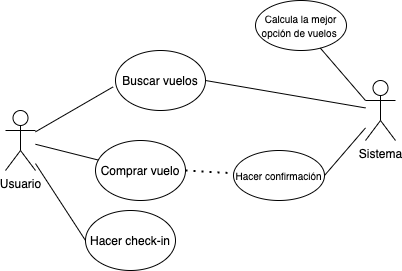
Earlier version of the draw.io export CoR.png (iCharlieAraiza/aeroibero-ddapii). Source tidied: cells renumbered, new cells last; positions are measured from the earlier drawing's top-left corner, leaving out a move shared by most shapes. The source it was exported from:
```xml
<mxGraphModel>
  <root>
    <mxCell id="0" />
    <mxCell id="1" parent="0" />
    <mxCell id="2" value="Sistema" style="shape=umlActor;verticalLabelPosition=bottom;verticalAlign=top;html=1;outlineConnect=0;" parent="1" vertex="1">
      <mxGeometry x="360" y="80" width="30" height="60" as="geometry" />
    </mxCell>
    <mxCell id="3" value="Buscar vuelos" style="ellipse;whiteSpace=wrap;html=1;" parent="1" vertex="1">
      <mxGeometry x="110" y="50" width="90" height="60" as="geometry" />
    </mxCell>
    <mxCell id="4" value="Comprar vuelo" style="ellipse;whiteSpace=wrap;html=1;" parent="1" vertex="1">
      <mxGeometry x="90" y="140" width="90" height="60" as="geometry" />
    </mxCell>
    <mxCell id="5" value="Hacer check-in" style="ellipse;whiteSpace=wrap;html=1;" parent="1" vertex="1">
      <mxGeometry x="80" y="210" width="90" height="60" as="geometry" />
    </mxCell>
    <mxCell id="6" value="Usuario" style="shape=umlActor;verticalLabelPosition=bottom;verticalAlign=top;html=1;outlineConnect=0;" parent="1" vertex="1">
      <mxGeometry y="110" width="30" height="60" as="geometry" />
    </mxCell>
    <mxCell id="7" value="&lt;font style=&quot;font-size: 10px&quot;&gt;Calcula la mejor opción de vuelos&amp;nbsp;&lt;/font&gt;" style="ellipse;whiteSpace=wrap;html=1;" parent="1" vertex="1">
      <mxGeometry x="250" width="91" height="50" as="geometry" />
    </mxCell>
    <mxCell id="8" style="endArrow=none;html=1;exitX=0;exitY=0.3333333333333333;exitDx=0;exitDy=0;exitPerimeter=0;" parent="1" edge="1" source="2" target="7">
      <mxGeometry relative="1" as="geometry" />
    </mxCell>
    <mxCell id="9" style="endArrow=none;html=1;entryX=-0.026;entryY=0.606;entryDx=0;entryDy=0;entryPerimeter=0;" parent="1" edge="1" source="6" target="3">
      <mxGeometry relative="1" as="geometry" />
    </mxCell>
    <mxCell id="10" style="endArrow=none;html=1;" parent="1" edge="1" source="6" target="4">
      <mxGeometry relative="1" as="geometry" />
    </mxCell>
    <mxCell id="11" style="endArrow=none;html=1;entryX=0;entryY=0.5;entryDx=0;entryDy=0;" parent="1" edge="1" source="6" target="5">
      <mxGeometry relative="1" as="geometry" />
    </mxCell>
    <mxCell id="12" style="endArrow=none;html=1;entryX=1;entryY=0.5;entryDx=0;entryDy=0;" parent="1" edge="1" source="2" target="3">
      <mxGeometry relative="1" as="geometry" />
    </mxCell>
    <mxCell id="13" value="&lt;font style=&quot;font-size: 10px&quot;&gt;Hacer confirmación&lt;/font&gt;" style="ellipse;whiteSpace=wrap;html=1;" parent="1" vertex="1">
      <mxGeometry x="228" y="150" width="91" height="50" as="geometry" />
    </mxCell>
    <mxCell id="14" style="endArrow=none;dashed=1;html=1;dashPattern=1 3;strokeWidth=2;exitX=1;exitY=0.5;exitDx=0;exitDy=0;" parent="1" edge="1" source="4" target="13">
      <mxGeometry relative="1" as="geometry" />
    </mxCell>
    <mxCell id="15" style="endArrow=none;html=1;entryX=1;entryY=0.5;entryDx=0;entryDy=0;" parent="1" edge="1" source="2" target="13">
      <mxGeometry relative="1" as="geometry" />
    </mxCell>
  </root>
</mxGraphModel>
```
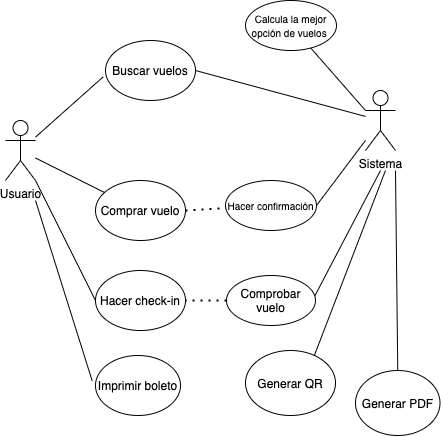
Above is the later version.

The edit, as a diff of the source:
```diff
@@ -6,19 +6,19 @@
       <mxGeometry x="360" y="80" width="30" height="60" as="geometry" />
     </mxCell>
     <mxCell id="3" value="Buscar vuelos" style="ellipse;whiteSpace=wrap;html=1;" parent="1" vertex="1">
-      <mxGeometry x="110" y="50" width="90" height="60" as="geometry" />
+      <mxGeometry x="100" y="30" width="90" height="60" as="geometry" />
     </mxCell>
     <mxCell id="4" value="Comprar vuelo" style="ellipse;whiteSpace=wrap;html=1;" parent="1" vertex="1">
-      <mxGeometry x="90" y="140" width="90" height="60" as="geometry" />
+      <mxGeometry x="90" y="170" width="90" height="60" as="geometry" />
     </mxCell>
     <mxCell id="5" value="Hacer check-in" style="ellipse;whiteSpace=wrap;html=1;" parent="1" vertex="1">
-      <mxGeometry x="80" y="210" width="90" height="60" as="geometry" />
+      <mxGeometry x="90" y="260" width="90" height="60" as="geometry" />
     </mxCell>
     <mxCell id="6" value="Usuario" style="shape=umlActor;verticalLabelPosition=bottom;verticalAlign=top;html=1;outlineConnect=0;" parent="1" vertex="1">
       <mxGeometry y="110" width="30" height="60" as="geometry" />
     </mxCell>
     <mxCell id="7" value="&lt;font style=&quot;font-size: 10px&quot;&gt;Calcula la mejor opción de vuelos&amp;nbsp;&lt;/font&gt;" style="ellipse;whiteSpace=wrap;html=1;" parent="1" vertex="1">
-      <mxGeometry x="250" width="91" height="50" as="geometry" />
+      <mxGeometry x="240" y="-10" width="91" height="50" as="geometry" />
     </mxCell>
     <mxCell id="8" style="endArrow=none;html=1;exitX=0;exitY=0.3333333333333333;exitDx=0;exitDy=0;exitPerimeter=0;" parent="1" edge="1" source="2" target="7">
       <mxGeometry relative="1" as="geometry" />
@@ -36,7 +36,7 @@
       <mxGeometry relative="1" as="geometry" />
     </mxCell>
     <mxCell id="13" value="&lt;font style=&quot;font-size: 10px&quot;&gt;Hacer confirmación&lt;/font&gt;" style="ellipse;whiteSpace=wrap;html=1;" parent="1" vertex="1">
-      <mxGeometry x="228" y="150" width="91" height="50" as="geometry" />
+      <mxGeometry x="220" y="170" width="91" height="50" as="geometry" />
     </mxCell>
     <mxCell id="14" style="endArrow=none;dashed=1;html=1;dashPattern=1 3;strokeWidth=2;exitX=1;exitY=0.5;exitDx=0;exitDy=0;" parent="1" edge="1" source="4" target="13">
       <mxGeometry relative="1" as="geometry" />
@@ -44,5 +44,40 @@
     <mxCell id="15" style="endArrow=none;html=1;entryX=1;entryY=0.5;entryDx=0;entryDy=0;" parent="1" edge="1" source="2" target="13">
       <mxGeometry relative="1" as="geometry" />
     </mxCell>
+    <mxCell id="16" value="Comprobar vuelo" style="ellipse;whiteSpace=wrap;html=1;" parent="1" vertex="1">
+      <mxGeometry x="221" y="265" width="89" height="50" as="geometry" />
+    </mxCell>
+    <mxCell id="17" style="endArrow=none;dashed=1;html=1;dashPattern=1 3;strokeWidth=2;" parent="1" edge="1" source="16" target="5">
+      <mxGeometry relative="1" as="geometry" />
+    </mxCell>
+    <mxCell id="18" style="endArrow=none;html=1;exitX=0.994;exitY=0.403;exitDx=0;exitDy=0;exitPerimeter=0;" parent="1" edge="1" source="16">
+      <mxGeometry relative="1" as="geometry">
+        <mxPoint x="375" y="160" as="targetPoint" />
+      </mxGeometry>
+    </mxCell>
+    <mxCell id="19" value="Generar QR" style="ellipse;whiteSpace=wrap;html=1;" parent="1" vertex="1">
+      <mxGeometry x="240" y="340" width="90" height="65" as="geometry" />
+    </mxCell>
+    <mxCell id="20" style="endArrow=none;html=1;exitX=0.764;exitY=0.08;exitDx=0;exitDy=0;exitPerimeter=0;" parent="1" edge="1" source="19">
+      <mxGeometry relative="1" as="geometry">
+        <mxPoint x="380" y="160" as="targetPoint" />
+      </mxGeometry>
+    </mxCell>
+    <mxCell id="21" value="Generar PDF" style="ellipse;whiteSpace=wrap;html=1;" parent="1" vertex="1">
+      <mxGeometry x="350" y="360" width="84.5" height="65" as="geometry" />
+    </mxCell>
+    <mxCell id="22" value="Imprimir boleto" style="ellipse;whiteSpace=wrap;html=1;" parent="1" vertex="1">
+      <mxGeometry x="90" y="345" width="85" height="60" as="geometry" />
+    </mxCell>
+    <mxCell id="23" style="endArrow=none;html=1;exitX=-0.039;exitY=0.422;exitDx=0;exitDy=0;exitPerimeter=0;" parent="1" edge="1" source="22">
+      <mxGeometry relative="1" as="geometry">
+        <mxPoint x="30" y="190" as="targetPoint" />
+      </mxGeometry>
+    </mxCell>
+    <mxCell id="24" style="endArrow=none;html=1;exitX=0.5;exitY=0;exitDx=0;exitDy=0;" parent="1" edge="1" source="21">
+      <mxGeometry relative="1" as="geometry">
+        <mxPoint x="390" y="160" as="targetPoint" />
+      </mxGeometry>
+    </mxCell>
   </root>
 </mxGraphModel>
```
